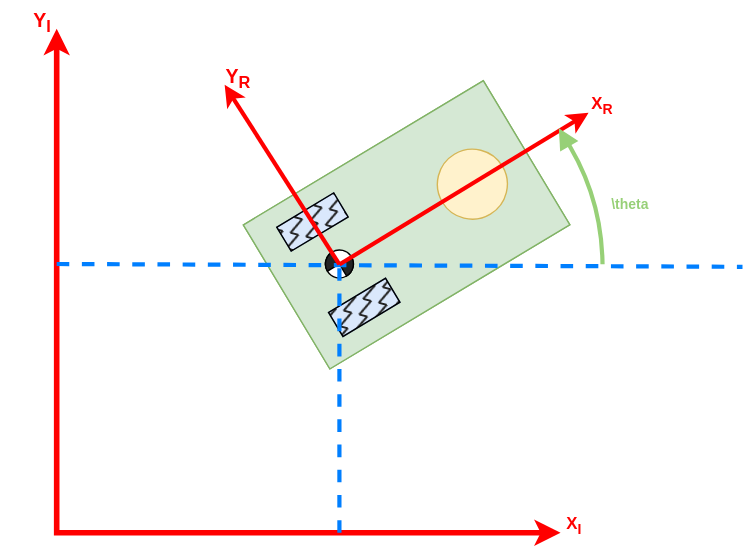
Above: Figures/figPositionalRepresentation.drawio.svg in orjano-max/ORJANOS_MASTER_REPO (draw.io), before the change. Source tidied: cells renumbered, new cells last; positions are measured from the earlier drawing's top-left corner, leaving out a move shared by most shapes. Its diagram source:
```xml
<mxGraphModel>
  <root>
    <mxCell id="0" />
    <mxCell id="1" parent="0" />
    <mxCell id="2" style="endArrow=classic;startArrow=classic;html=1;rounded=0;strokeWidth=4;fillColor=#e51400;strokeColor=#FF0000;" parent="1" edge="1">
      <mxGeometry relative="1" as="geometry">
        <mxPoint x="400" y="380" as="sourcePoint" />
        <mxPoint x="40" y="20" as="targetPoint" />
        <Array as="points">
          <mxPoint x="40" y="380" />
        </Array>
      </mxGeometry>
    </mxCell>
    <mxCell id="3" style="group;rotation=-30;" parent="1" vertex="1">
      <mxGeometry x="190" y="100" width="200" height="120" as="geometry" />
    </mxCell>
    <mxCell id="4" style="group;fillColor=#d5e8d4;strokeColor=#82b366;rotation=-31;" parent="3" vertex="1">
      <mxGeometry width="200" height="120" as="geometry" />
    </mxCell>
    <mxCell id="5" style="rounded=0;whiteSpace=wrap;html=1;direction=south;fillColor=#d5e8d4;strokeColor=#82b366;rotation=-31;" parent="3" vertex="1">
      <mxGeometry width="200" height="120" as="geometry" />
    </mxCell>
    <mxCell id="6" style="ellipse;whiteSpace=wrap;html=1;fillColor=#fff2cc;strokeColor=#d6b656;rotation=-31;" parent="3" vertex="1">
      <mxGeometry x="122" y="6" width="50" height="50" as="geometry" />
    </mxCell>
    <mxCell id="7" style="rounded=0;whiteSpace=wrap;html=1;fillStyle=auto;fillColor=#dae8fc;strokeColor=#6c8ebf;rotation=-31;" parent="3" vertex="1">
      <mxGeometry x="9" y="48" width="47.5" height="20" as="geometry" />
    </mxCell>
    <mxCell id="8" style="rounded=0;whiteSpace=wrap;html=1;fillStyle=zigzag-line;fillColor=#242424;rotation=-31;" parent="3" vertex="1">
      <mxGeometry x="9" y="48" width="47.5" height="20" as="geometry" />
    </mxCell>
    <mxCell id="9" style="rounded=0;whiteSpace=wrap;html=1;fillStyle=auto;fillColor=#dae8fc;strokeColor=#6c8ebf;rotation=-31;" parent="3" vertex="1">
      <mxGeometry x="46" y="109" width="47.5" height="20" as="geometry" />
    </mxCell>
    <mxCell id="10" style="rounded=0;whiteSpace=wrap;html=1;fillStyle=zigzag-line;fillColor=#242424;rotation=-31;" parent="3" vertex="1">
      <mxGeometry x="46" y="109" width="47.5" height="20" as="geometry" />
    </mxCell>
    <mxCell id="11" style="ellipse;whiteSpace=wrap;html=1;rotation=-31;" parent="3" vertex="1">
      <mxGeometry x="42" y="78" width="20" height="20" as="geometry" />
    </mxCell>
    <mxCell id="12" style="verticalLabelPosition=bottom;verticalAlign=top;html=1;shape=mxgraph.basic.pie;startAngle=0.75;endAngle=0;fillColor=#242424;rotation=-31;" parent="3" vertex="1">
      <mxGeometry x="42" y="78" width="20" height="20" as="geometry" />
    </mxCell>
    <mxCell id="13" style="verticalLabelPosition=bottom;verticalAlign=top;html=1;shape=mxgraph.basic.pie;startAngle=0.75;endAngle=0;fillColor=#242424;direction=west;rotation=-31;" parent="3" vertex="1">
      <mxGeometry x="42" y="78" width="20" height="20" as="geometry" />
    </mxCell>
    <mxCell id="14" style="endArrow=none;dashed=1;html=1;rounded=0;strokeWidth=3;fillColor=#cce5ff;strokeColor=#007FFF;" parent="3" edge="1">
      <mxGeometry relative="1" as="geometry">
        <mxPoint x="-150" y="88" as="sourcePoint" />
        <mxPoint x="340" y="90" as="targetPoint" />
      </mxGeometry>
    </mxCell>
    <mxCell id="15" style="endArrow=classic;html=1;rounded=0;exitX=0.491;exitY=0.514;exitDx=0;exitDy=0;exitPerimeter=0;strokeWidth=3;strokeColor=#FF0000;" parent="1" edge="1" source="12">
      <mxGeometry relative="1" as="geometry">
        <mxPoint x="160" y="60" as="targetPoint" />
      </mxGeometry>
    </mxCell>
    <mxCell id="16" style="endArrow=classic;html=1;rounded=0;exitX=0.491;exitY=0.514;exitDx=0;exitDy=0;exitPerimeter=0;strokeWidth=3;strokeColor=#FF0000;" parent="1" edge="1" source="12">
      <mxGeometry relative="1" as="geometry">
        <mxPoint x="420" y="80" as="targetPoint" />
      </mxGeometry>
    </mxCell>
    <mxCell id="17" value="&lt;b style=&quot;font-size: 14px;&quot;&gt;Y&lt;sub&gt;R&lt;/sub&gt;&lt;/b&gt;" style="text;html=1;strokeColor=none;fillColor=none;align=center;verticalAlign=middle;whiteSpace=wrap;rounded=0;fontColor=#FF0000;" parent="1" vertex="1">
      <mxGeometry x="140" y="40" width="60" height="30" as="geometry" />
    </mxCell>
    <mxCell id="18" value="&lt;b&gt;X&lt;sub&gt;R&lt;/sub&gt;&lt;/b&gt;" style="text;html=1;strokeColor=none;fillColor=none;align=center;verticalAlign=middle;whiteSpace=wrap;rounded=0;fontColor=#FF0000;" parent="1" vertex="1">
      <mxGeometry x="400" y="60" width="60" height="30" as="geometry" />
    </mxCell>
    <mxCell id="19" value="&lt;b style=&quot;font-size: 14px;&quot;&gt;Y&lt;sub&gt;I&lt;/sub&gt;&lt;/b&gt;" style="text;html=1;strokeColor=none;fillColor=none;align=center;verticalAlign=middle;whiteSpace=wrap;rounded=0;fontColor=#FF0000;" parent="1" vertex="1">
      <mxGeometry width="60" height="30" as="geometry" />
    </mxCell>
    <mxCell id="20" value="&lt;b&gt;X&lt;sub&gt;I&lt;/sub&gt;&lt;/b&gt;" style="text;html=1;strokeColor=none;fillColor=none;align=center;verticalAlign=middle;whiteSpace=wrap;rounded=0;fontColor=#FF0000;" parent="1" vertex="1">
      <mxGeometry x="380" y="360" width="60" height="30" as="geometry" />
    </mxCell>
    <mxCell id="21" style="endArrow=none;dashed=1;html=1;rounded=0;strokeWidth=3;fillColor=#cce5ff;strokeColor=#007FFF;" parent="1" edge="1">
      <mxGeometry relative="1" as="geometry">
        <mxPoint x="242" y="380" as="sourcePoint" />
        <mxPoint x="242" y="189" as="targetPoint" />
      </mxGeometry>
    </mxCell>
    <mxCell id="22" style="verticalLabelPosition=bottom;verticalAlign=top;html=1;shape=mxgraph.basic.arc;startAngle=0.15463828556804632;endAngle=0.24835928551487035;strokeWidth=3;fillColor=#cdeb8b;strokeColor=#97D077;" parent="1" vertex="1">
      <mxGeometry x="90" y="20" width="340" height="340" as="geometry" />
    </mxCell>
    <mxCell id="23" style="verticalLabelPosition=bottom;verticalAlign=top;html=1;shape=mxgraph.basic.acute_triangle;dx=0.5;rotation=-30;strokeColor=none;fillColor=#97D077;" parent="1" vertex="1">
      <mxGeometry x="395" y="90" width="15" height="14.9" as="geometry" />
    </mxCell>
    <mxCell id="24" value="&lt;font size=&quot;1&quot; color=&quot;#97d077&quot;&gt;&lt;b&gt;\theta&lt;/b&gt;&lt;/font&gt;" style="text;html=1;strokeColor=none;fillColor=none;align=center;verticalAlign=middle;whiteSpace=wrap;rounded=0;fontColor=#FF0000;" parent="1" vertex="1">
      <mxGeometry x="420" y="130" width="60" height="30" as="geometry" />
    </mxCell>
  </root>
</mxGraphModel>
```
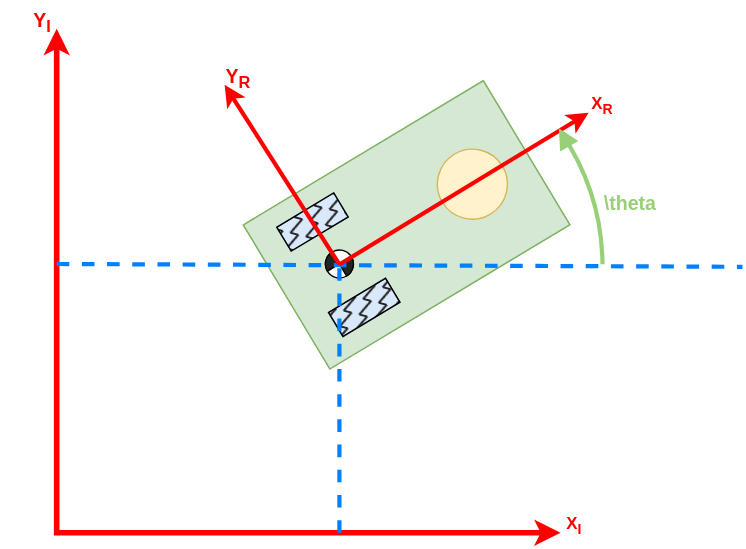
After the change.

Change to the diagram source:
```diff
@@ -84,7 +84,7 @@
     <mxCell id="23" style="verticalLabelPosition=bottom;verticalAlign=top;html=1;shape=mxgraph.basic.acute_triangle;dx=0.5;rotation=-30;strokeColor=none;fillColor=#97D077;" parent="1" vertex="1">
       <mxGeometry x="395" y="90" width="15" height="14.9" as="geometry" />
     </mxCell>
-    <mxCell id="24" value="&lt;font size=&quot;1&quot; color=&quot;#97d077&quot;&gt;&lt;b&gt;\theta&lt;/b&gt;&lt;/font&gt;" style="text;html=1;strokeColor=none;fillColor=none;align=center;verticalAlign=middle;whiteSpace=wrap;rounded=0;fontColor=#FF0000;" parent="1" vertex="1">
+    <mxCell id="24" value="&lt;font size=&quot;1&quot; color=&quot;#97d077&quot;&gt;&lt;b style=&quot;font-size: 14px;&quot;&gt;\theta&lt;/b&gt;&lt;/font&gt;" style="text;html=1;strokeColor=none;fillColor=none;align=center;verticalAlign=middle;whiteSpace=wrap;rounded=0;fontColor=#FF0000;" parent="1" vertex="1">
       <mxGeometry x="420" y="130" width="60" height="30" as="geometry" />
     </mxCell>
   </root>
```
